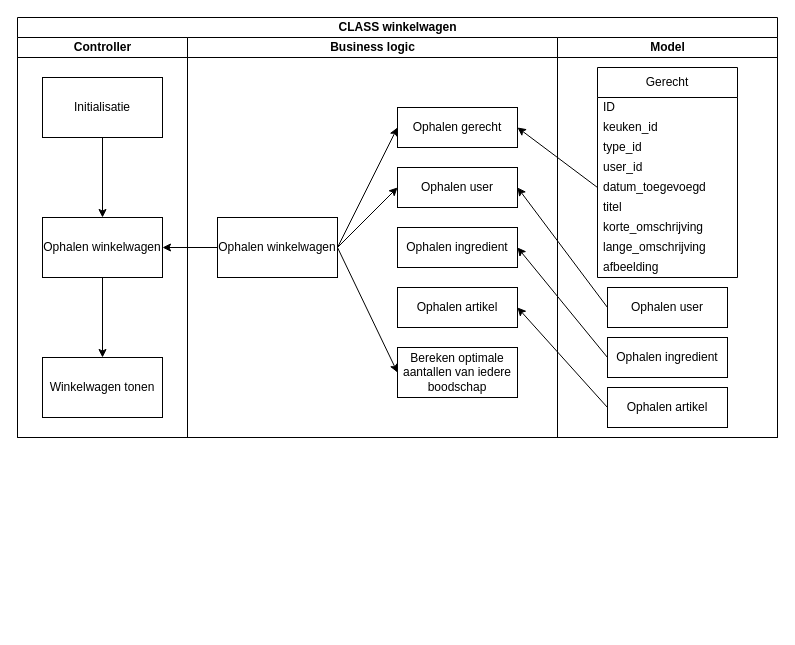
ReneKrewinkel/educom-verrukkulluk-1678798729 keeps this draw.io diagram as documents/design/VER-ASD-class-winkelwagen-JP-v1.drawio. Above is the earlier version. Source tidied: cells renumbered, new cells numbered last; positions are measured from the earlier drawing's top-left corner, leaving out a move shared by most shapes. Both pictures are drawn from the tidied source at 100%, with x=0, y=0 at pixel (17, 17).
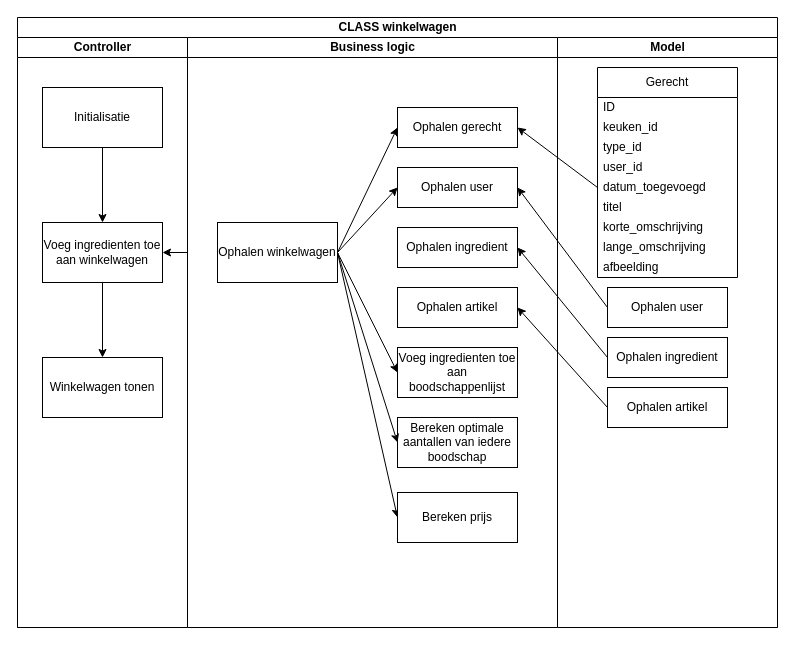
After the change.

What changed in the source:
```diff
@@
     <mxCell id="2" value="CLASS winkelwagen" style="swimlane;startSize=20;html=1;" parent="1" vertex="1">
-      <mxGeometry width="760" height="420" as="geometry" />
+      <mxGeometry width="760" height="610" as="geometry" />
     </mxCell>
-    <mxCell id="3" value="Controller" style="swimlane;startSize=20;html=1;" parent="2" vertex="1">
-      <mxGeometry y="20" width="170" height="400" as="geometry" />
+    <mxCell id="3" value="Controller" style="swimlane;startSize=20;html=1;swimlaneFillColor=default;" parent="2" vertex="1">
+      <mxGeometry y="20" width="170" height="590" as="geometry" />
     </mxCell>
@@
     <mxCell id="5" value="Initialisatie" style="rounded=0;whiteSpace=wrap;html=1;" parent="3" vertex="1">
-      <mxGeometry x="25" y="40" width="120" height="60" as="geometry" />
+      <mxGeometry x="25" y="50" width="120" height="60" as="geometry" />
     </mxCell>
@@
-    <mxCell id="7" value="Ophalen winkelwagen" style="rounded=0;whiteSpace=wrap;html=1;" parent="3" vertex="1">
-      <mxGeometry x="25" y="180" width="120" height="60" as="geometry" />
+    <mxCell id="7" value="Voeg ingredienten toe aan winkelwagen" style="rounded=0;whiteSpace=wrap;html=1;" parent="3" vertex="1">
+      <mxGeometry x="25" y="185" width="120" height="60" as="geometry" />
     </mxCell>
@@
+    <mxCell id="19" style="edgeStyle=none;html=1;exitX=0;exitY=0.5;exitDx=0;exitDy=0;entryX=1;entryY=0.5;entryDx=0;entryDy=0;" parent="2" edge="1" source="14" target="7">
+      <mxGeometry relative="1" as="geometry" />
+    </mxCell>
-    <mxCell id="9" value="Business logic" style="swimlane;startSize=20;html=1;" parent="2" vertex="1">
-      <mxGeometry x="170" y="20" width="370" height="400" as="geometry" />
+    <mxCell id="9" value="Business logic" style="swimlane;startSize=20;html=1;swimlaneFillColor=default;" parent="2" vertex="1">
+      <mxGeometry x="170" y="20" width="370" height="590" as="geometry" />
     </mxCell>
     <mxCell id="10" value="Bereken optimale aantallen van iedere boodschap" style="rounded=0;whiteSpace=wrap;html=1;" parent="9" vertex="1">
-      <mxGeometry x="210" y="310" width="120" height="50" as="geometry" />
+      <mxGeometry x="210" y="380" width="120" height="50" as="geometry" />
     </mxCell>
@@
+    <mxCell id="38" style="edgeStyle=none;html=1;exitX=1;exitY=0.5;exitDx=0;exitDy=0;entryX=0;entryY=0.5;entryDx=0;entryDy=0;" parent="9" edge="1" source="14" target="40">
+      <mxGeometry relative="1" as="geometry" />
+    </mxCell>
+    <mxCell id="39" style="edgeStyle=none;html=1;exitX=1;exitY=0.5;exitDx=0;exitDy=0;entryX=0;entryY=0.5;entryDx=0;entryDy=0;" parent="9" edge="1" source="14" target="41">
+      <mxGeometry relative="1" as="geometry" />
+    </mxCell>
     <mxCell id="14" value="Ophalen winkelwagen" style="rounded=0;whiteSpace=wrap;html=1;" parent="9" vertex="1">
-      <mxGeometry x="30" y="180" width="120" height="60" as="geometry" />
+      <mxGeometry x="30" y="185" width="120" height="60" as="geometry" />
     </mxCell>
@@
-    <mxCell id="19" style="edgeStyle=none;html=1;exitX=0;exitY=0.5;exitDx=0;exitDy=0;entryX=1;entryY=0.5;entryDx=0;entryDy=0;" parent="2" edge="1" source="14" target="7">
-      <mxGeometry relative="1" as="geometry" />
-    </mxCell>
+    <mxCell id="40" value="Bereken prijs" style="rounded=0;whiteSpace=wrap;html=1;" parent="9" vertex="1">
+      <mxGeometry x="210" y="455" width="120" height="50" as="geometry" />
+    </mxCell>
+    <mxCell id="41" value="Voeg ingredienten toe aan boodschappenlijst" style="rounded=0;whiteSpace=wrap;html=1;" parent="9" vertex="1">
+      <mxGeometry x="210" y="310" width="120" height="50" as="geometry" />
+    </mxCell>
-    <mxCell id="20" value="Model" style="swimlane;startSize=20;html=1;" parent="2" vertex="1">
-      <mxGeometry x="540" y="20" width="220" height="400" as="geometry" />
+    <mxCell id="20" value="Model" style="swimlane;startSize=20;html=1;swimlaneFillColor=default;" parent="2" vertex="1">
+      <mxGeometry x="540" y="20" width="220" height="590" as="geometry" />
     </mxCell>
```
